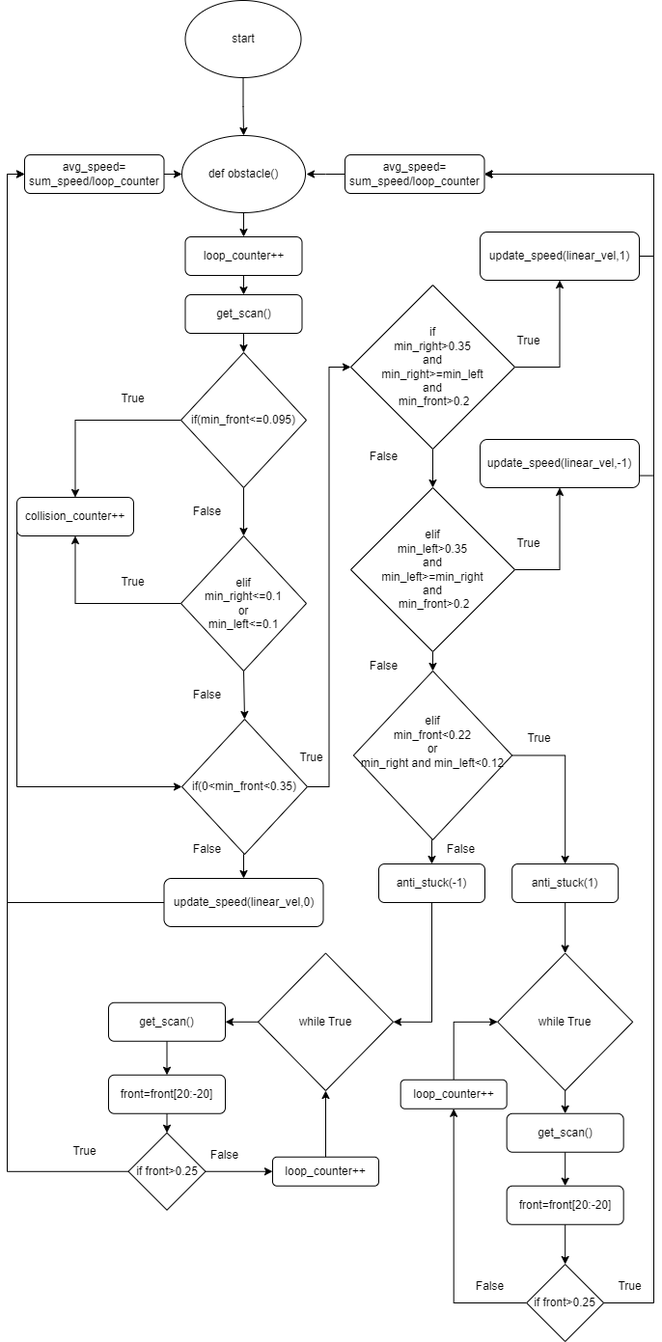
Above: Untitled Diagram.drawio.png in Teun0n/flowcharts (draw.io), before the change. Source tidied: cells renumbered, new cells last; positions are measured from the earlier drawing's top-left corner, leaving out a move shared by most shapes.
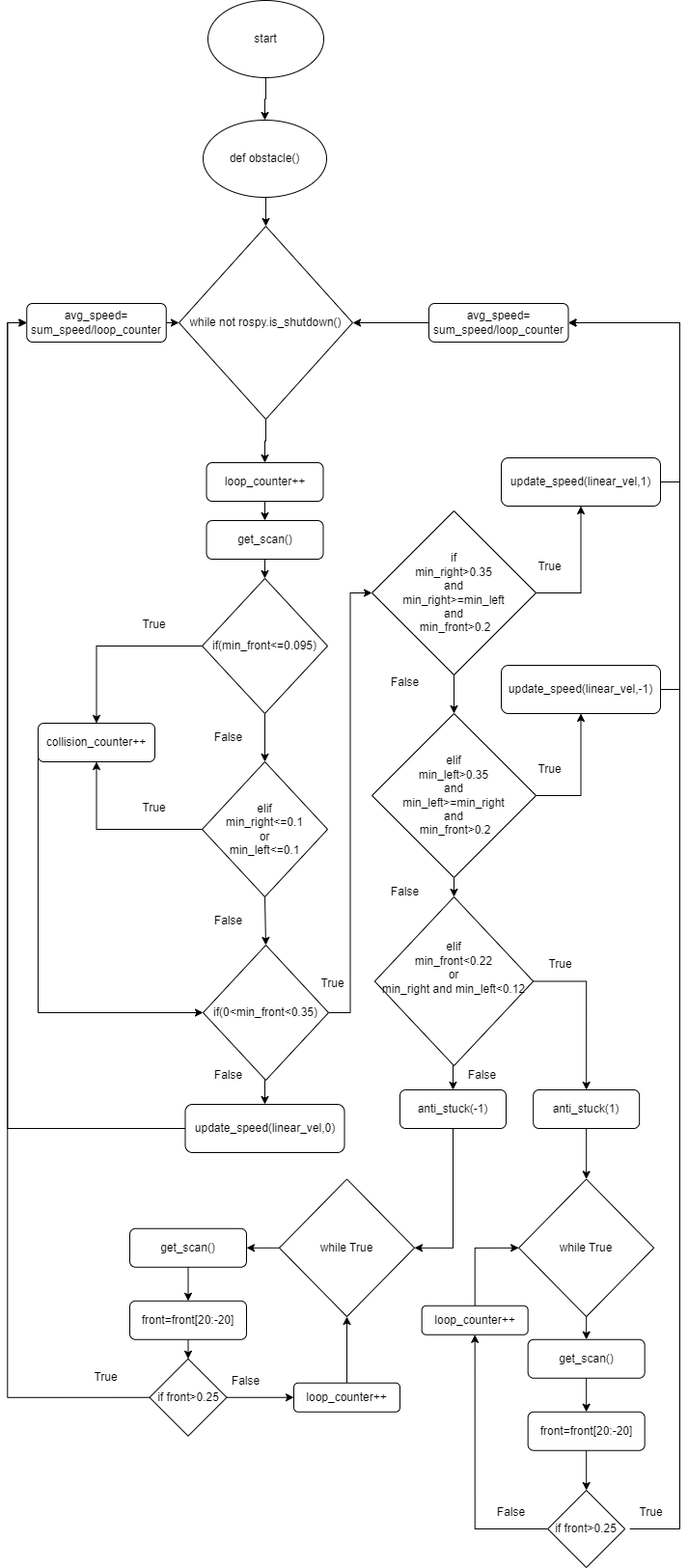
After the commit.

Diff of the diagram source:
```diff
@@ -2,12 +2,6 @@
   <root>
     <mxCell id="0" />
     <mxCell id="1" parent="0" />
-    <mxCell id="2" style="edgeStyle=orthogonalEdgeStyle;rounded=0;jettySize=auto;html=1;exitX=0.5;exitY=1;exitDx=0;exitDy=0;entryX=0.5;entryY=0;entryDx=0;entryDy=0;" parent="1" edge="1" source="3" target="33">
-      <mxGeometry relative="1" as="geometry" />
-    </mxCell>
-    <mxCell id="3" value="def obstacle()" style="ellipse;whiteSpace=wrap;html=1;" parent="1" vertex="1">
-      <mxGeometry x="181" y="140" width="128" height="80" as="geometry" />
-    </mxCell>
     <mxCell id="4" style="edgeStyle=orthogonalEdgeStyle;rounded=0;jettySize=auto;html=1;exitX=0.5;exitY=1;exitDx=0;exitDy=0;" parent="1" edge="1" source="6" target="8">
       <mxGeometry relative="1" as="geometry" />
     </mxCell>
@@ -51,12 +45,7 @@
       <mxGeometry x="356" y="295" width="170" height="170" as="geometry" />
     </mxCell>
     <mxCell id="18" style="edgeStyle=orthogonalEdgeStyle;rounded=0;jettySize=auto;html=1;exitX=1;exitY=0.5;exitDx=0;exitDy=0;entryX=1;entryY=0.5;entryDx=0;entryDy=0;" parent="1" edge="1" source="19" target="64">
-      <mxGeometry relative="1" as="geometry">
-        <Array as="points">
-          <mxPoint x="670" y="265" />
-          <mxPoint x="670" y="180" />
-        </Array>
-      </mxGeometry>
+      <mxGeometry relative="1" as="geometry" />
     </mxCell>
     <mxCell id="19" value="update_speed(linear_vel,1)" style="rounded=1;whiteSpace=wrap;html=1;fontSize=12;glass=0;strokeWidth=1;shadow=0;" parent="1" vertex="1">
       <mxGeometry x="490" y="240" width="165" height="50" as="geometry" />
@@ -70,24 +59,14 @@
     <mxCell id="22" value="elif&lt;br&gt;min_left&amp;gt;0.35&lt;br&gt;and&lt;br&gt;min_left&amp;gt;=min_right&lt;br&gt;and&lt;br&gt;&amp;nbsp;min_front&amp;gt;0.2" style="rhombus;whiteSpace=wrap;html=1;" parent="1" vertex="1">
       <mxGeometry x="356" y="505" width="170" height="170" as="geometry" />
     </mxCell>
-    <mxCell id="23" style="edgeStyle=orthogonalEdgeStyle;rounded=0;jettySize=auto;html=1;exitX=1;exitY=0.75;exitDx=0;exitDy=0;entryX=1;entryY=0.5;entryDx=0;entryDy=0;" parent="1" edge="1" source="24" target="64">
-      <mxGeometry relative="1" as="geometry">
-        <Array as="points">
-          <mxPoint x="670" y="493" />
-          <mxPoint x="670" y="180" />
-        </Array>
-      </mxGeometry>
+    <mxCell id="23" style="edgeStyle=orthogonalEdgeStyle;rounded=0;jettySize=auto;html=1;exitX=1;exitY=0.5;exitDx=0;exitDy=0;entryX=1;entryY=0.5;entryDx=0;entryDy=0;" parent="1" edge="1" source="24" target="64">
+      <mxGeometry relative="1" as="geometry" />
     </mxCell>
     <mxCell id="24" value="update_speed(linear_vel,-1)" style="rounded=1;whiteSpace=wrap;html=1;fontSize=12;glass=0;strokeWidth=1;shadow=0;" parent="1" vertex="1">
       <mxGeometry x="490" y="455" width="165" height="50" as="geometry" />
     </mxCell>
     <mxCell id="25" style="edgeStyle=orthogonalEdgeStyle;rounded=0;jettySize=auto;html=1;exitX=0;exitY=0.5;exitDx=0;exitDy=0;entryX=0;entryY=0.5;entryDx=0;entryDy=0;" parent="1" edge="1" source="26" target="62">
-      <mxGeometry relative="1" as="geometry">
-        <Array as="points">
-          <mxPoint y="935" />
-          <mxPoint y="180" />
-        </Array>
-      </mxGeometry>
+      <mxGeometry relative="1" as="geometry" />
     </mxCell>
     <mxCell id="26" value="update_speed(linear_vel,0)" style="rounded=1;whiteSpace=wrap;html=1;fontSize=12;glass=0;strokeWidth=1;shadow=0;" parent="1" vertex="1">
       <mxGeometry x="162.5" y="910" width="165" height="50" as="geometry" />
@@ -137,17 +116,19 @@
     <mxCell id="41" value="anti_stuck(1)" style="rounded=1;whiteSpace=wrap;html=1;" parent="1" vertex="1">
       <mxGeometry x="523.2" y="895" width="110" height="40" as="geometry" />
     </mxCell>
-    <mxCell id="42" style="edgeStyle=orthogonalEdgeStyle;rounded=0;jettySize=auto;html=1;exitX=1;exitY=0.5;exitDx=0;exitDy=0;entryX=1;entryY=0.5;entryDx=0;entryDy=0;" parent="1" edge="1" source="44" target="64">
-      <mxGeometry relative="1" as="geometry">
-        <Array as="points">
-          <mxPoint x="670" y="1350" />
-          <mxPoint x="670" y="180" />
-        </Array>
-      </mxGeometry>
-    </mxCell>
     <mxCell id="43" style="edgeStyle=orthogonalEdgeStyle;rounded=0;jettySize=auto;html=1;exitX=0;exitY=0.5;exitDx=0;exitDy=0;entryX=0.5;entryY=1;entryDx=0;entryDy=0;" parent="1" edge="1" source="44" target="68">
       <mxGeometry relative="1" as="geometry" />
     </mxCell>
+    <mxCell id="82" style="edgeStyle=orthogonalEdgeStyle;rounded=0;orthogonalLoop=1;jettySize=auto;html=1;exitX=1;exitY=0.5;exitDx=0;exitDy=0;entryX=1;entryY=0.5;entryDx=0;entryDy=0;endArrow=none;endFill=0;" parent="1" edge="1">
+      <mxGeometry relative="1" as="geometry">
+        <mxPoint x="623.2" y="1350" as="sourcePoint" />
+        <mxPoint x="564.5" y="100" as="targetPoint" />
+        <Array as="points">
+          <mxPoint x="675" y="1350" />
+          <mxPoint x="675" y="100" />
+        </Array>
+      </mxGeometry>
+    </mxCell>
     <mxCell id="44" value="if front&amp;gt;0.25" style="rhombus;whiteSpace=wrap;html=1;" parent="1" vertex="1">
       <mxGeometry x="538.2" y="1310" width="80" height="80" as="geometry" />
     </mxCell>
@@ -179,12 +160,7 @@
       <mxGeometry relative="1" as="geometry" />
     </mxCell>
     <mxCell id="54" style="edgeStyle=orthogonalEdgeStyle;rounded=0;jettySize=auto;html=1;exitX=0;exitY=0.5;exitDx=0;exitDy=0;entryX=0;entryY=0.5;entryDx=0;entryDy=0;" parent="1" edge="1" source="55" target="62">
-      <mxGeometry relative="1" as="geometry">
-        <Array as="points">
-          <mxPoint y="1214" />
-          <mxPoint y="180" />
-        </Array>
-      </mxGeometry>
+      <mxGeometry relative="1" as="geometry" />
     </mxCell>
     <mxCell id="55" value="if front&amp;gt;0.25" style="rhombus;whiteSpace=wrap;html=1;" parent="1" vertex="1">
       <mxGeometry x="125.5" y="1173.8" width="80" height="80" as="geometry" />
@@ -208,25 +184,23 @@
     <mxCell id="60" value="collision_counter++" style="rounded=1;whiteSpace=wrap;html=1;" parent="1" vertex="1">
       <mxGeometry x="10" y="515" width="121" height="40" as="geometry" />
     </mxCell>
-    <mxCell id="61" style="edgeStyle=orthogonalEdgeStyle;rounded=0;jettySize=auto;html=1;exitX=1;exitY=0.5;exitDx=0;exitDy=0;entryX=0;entryY=0.5;entryDx=0;entryDy=0;" parent="1" edge="1" source="62" target="3">
-      <mxGeometry relative="1" as="geometry" />
-    </mxCell>
+    <mxCell id="83" style="edgeStyle=orthogonalEdgeStyle;rounded=0;jettySize=auto;html=1;exitX=1;exitY=0.5;exitDx=0;exitDy=0;entryX=0;entryY=0.5;entryDx=0;entryDy=0;" parent="1" edge="1" source="62" target="85">
+      <mxGeometry relative="1" as="geometry" />
+    </mxCell>
     <mxCell id="62" value="avg_speed=&lt;br&gt;sum_speed/loop_counter" style="rounded=1;whiteSpace=wrap;html=1;" parent="1" vertex="1">
-      <mxGeometry x="18" y="160" width="144.5" height="40" as="geometry" />
+      <mxGeometry x="-1.8" y="80" width="144.5" height="40" as="geometry" />
     </mxCell>
-    <mxCell id="63" style="edgeStyle=orthogonalEdgeStyle;rounded=0;jettySize=auto;html=1;exitX=0;exitY=0.5;exitDx=0;exitDy=0;" parent="1" edge="1" source="64">
-      <mxGeometry relative="1" as="geometry">
-        <mxPoint x="310" y="180" as="targetPoint" />
-      </mxGeometry>
+    <mxCell id="63" style="edgeStyle=orthogonalEdgeStyle;rounded=0;jettySize=auto;html=1;exitX=0;exitY=0.5;exitDx=0;exitDy=0;entryX=1;entryY=0.5;entryDx=0;entryDy=0;" parent="1" edge="1" source="64" target="85">
+      <mxGeometry relative="1" as="geometry" />
     </mxCell>
     <mxCell id="64" value="avg_speed=&lt;br&gt;sum_speed/loop_counter" style="rounded=1;whiteSpace=wrap;html=1;" parent="1" vertex="1">
-      <mxGeometry x="350" y="160" width="144.5" height="40" as="geometry" />
+      <mxGeometry x="415" y="80" width="144.5" height="40" as="geometry" />
     </mxCell>
     <mxCell id="65" style="edgeStyle=orthogonalEdgeStyle;rounded=0;jettySize=auto;html=1;exitX=0.5;exitY=1;exitDx=0;exitDy=0;entryX=0.5;entryY=0;entryDx=0;entryDy=0;" parent="1" edge="1" source="66" target="3">
       <mxGeometry relative="1" as="geometry" />
     </mxCell>
     <mxCell id="66" value="start" style="ellipse;whiteSpace=wrap;html=1;" parent="1" vertex="1">
-      <mxGeometry x="184.5" width="120" height="80" as="geometry" />
+      <mxGeometry x="186" y="-234" width="120" height="80" as="geometry" />
     </mxCell>
     <mxCell id="67" style="edgeStyle=orthogonalEdgeStyle;rounded=0;jettySize=auto;html=1;exitX=0.5;exitY=0;exitDx=0;exitDy=0;entryX=0;entryY=0.5;entryDx=0;entryDy=0;" parent="1" edge="1" source="68" target="31">
       <mxGeometry relative="1" as="geometry" />
@@ -273,5 +247,17 @@
     <mxCell id="81" value="False" style="text;html=1;align=center;verticalAlign=middle;strokeColor=none;fillColor=none;" parent="1" vertex="1">
       <mxGeometry x="475" y="1318" width="50" height="30" as="geometry" />
     </mxCell>
+    <mxCell id="84" style="edgeStyle=orthogonalEdgeStyle;rounded=0;jettySize=auto;html=1;exitX=0.5;exitY=1;exitDx=0;exitDy=0;entryX=0.5;entryY=0;entryDx=0;entryDy=0;" parent="1" edge="1" source="85" target="33">
+      <mxGeometry relative="1" as="geometry" />
+    </mxCell>
+    <mxCell id="85" value="while not rospy.is_shutdown()" style="rhombus;whiteSpace=wrap;html=1;" parent="1" vertex="1">
+      <mxGeometry x="156" width="180" height="200" as="geometry" />
+    </mxCell>
+    <mxCell id="86" style="edgeStyle=orthogonalEdgeStyle;rounded=0;jettySize=auto;html=1;exitX=0.5;exitY=1;exitDx=0;exitDy=0;entryX=0.5;entryY=0;entryDx=0;entryDy=0;" parent="1" edge="1" source="3" target="85">
+      <mxGeometry relative="1" as="geometry" />
+    </mxCell>
+    <mxCell id="3" value="def obstacle()" style="ellipse;whiteSpace=wrap;html=1;" parent="1" vertex="1">
+      <mxGeometry x="181" y="-110" width="128" height="80" as="geometry" />
+    </mxCell>
   </root>
 </mxGraphModel>
```
